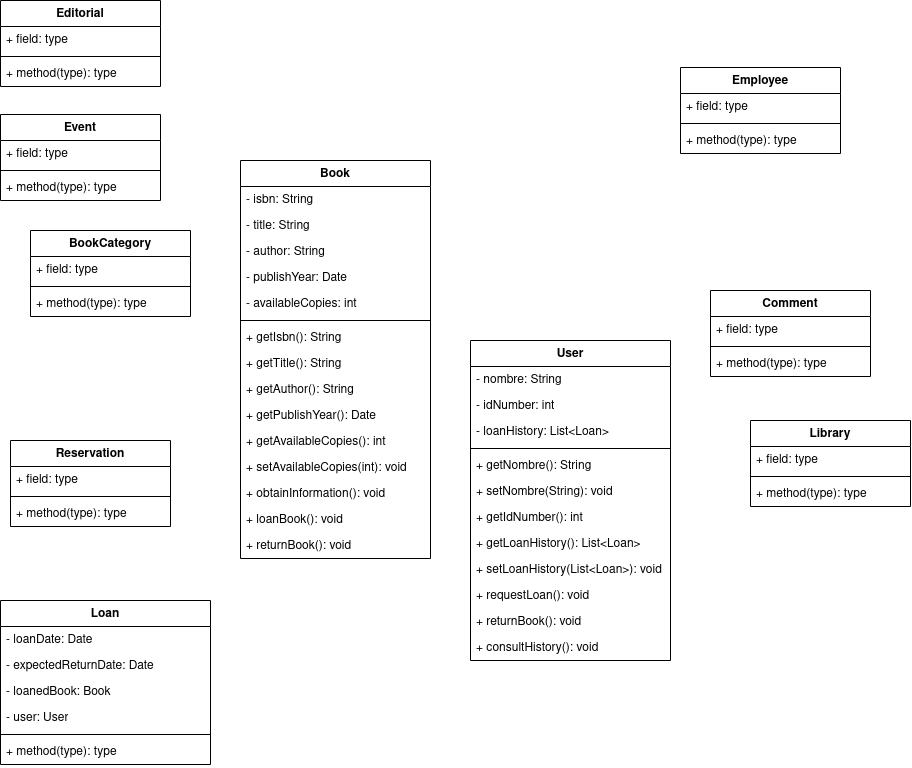
Above: proyecto/classdiagram/classdiagramlibrary.png in mackstm/ets (draw.io), before the change. Source tidied: cells renumbered, new cells last; positions are measured from the earlier drawing's top-left corner, leaving out a move shared by most shapes.
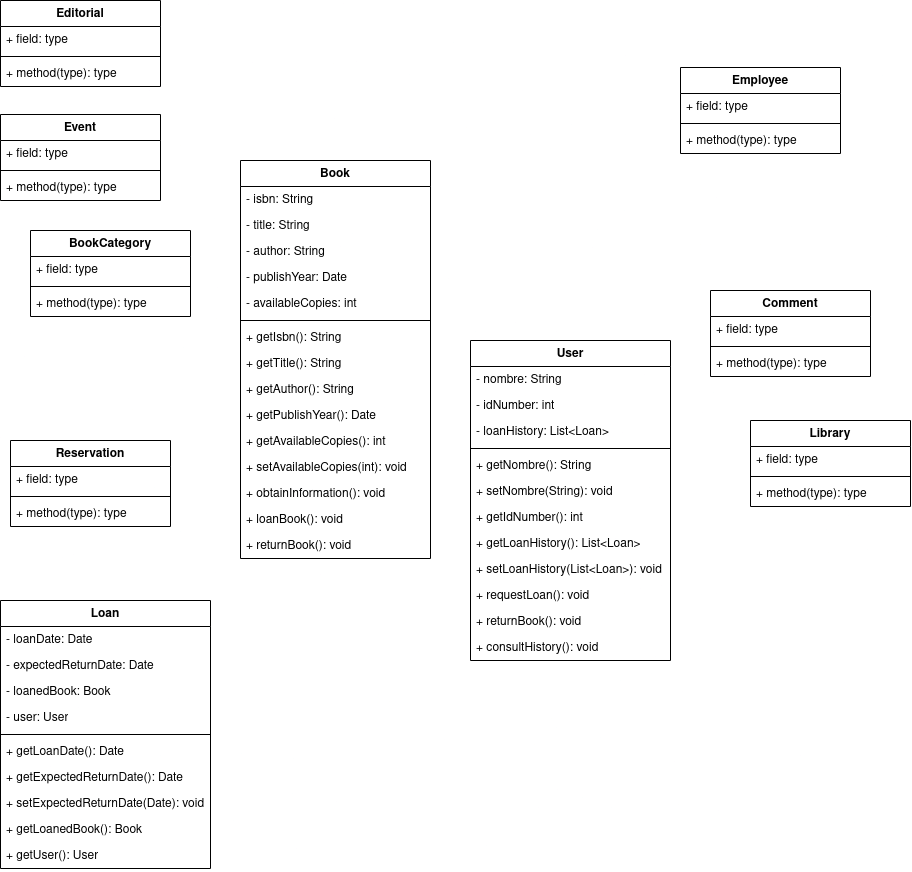
After the change.

What changed in the source:
```diff
@@ -150,7 +150,7 @@
       <mxGeometry y="60" width="160" height="26" as="geometry" />
     </mxCell>
     <mxCell id="51" value="Loan" style="swimlane;fontStyle=1;align=center;verticalAlign=top;horizontal=1;startSize=26;whiteSpace=wrap;html=1;" parent="1" vertex="1">
-      <mxGeometry y="600" width="210" height="164" as="geometry" />
+      <mxGeometry y="600" width="210" height="268" as="geometry" />
     </mxCell>
     <mxCell id="52" value="- loanDate: Date" style="text;strokeColor=none;fillColor=none;align=left;verticalAlign=top;spacingLeft=4;spacingRight=4;overflow=hidden;whiteSpace=wrap;html=1;" parent="51" vertex="1">
       <mxGeometry y="26" width="210" height="26" as="geometry" />
@@ -167,9 +167,21 @@
     <mxCell id="56" style="line;strokeWidth=1;fillColor=none;align=left;verticalAlign=middle;spacingTop=-1;spacingLeft=3;spacingRight=3;labelPosition=right;strokeColor=inherit;" parent="51" vertex="1">
       <mxGeometry y="130" width="210" height="8" as="geometry" />
     </mxCell>
-    <mxCell id="57" value="+ method(type): type" style="text;strokeColor=none;fillColor=none;align=left;verticalAlign=top;spacingLeft=4;spacingRight=4;overflow=hidden;whiteSpace=wrap;html=1;" parent="51" vertex="1">
+    <mxCell id="57" value="+ getLoanDate(): Date" style="text;strokeColor=none;fillColor=none;align=left;verticalAlign=top;spacingLeft=4;spacingRight=4;overflow=hidden;whiteSpace=wrap;html=1;" parent="51" vertex="1">
       <mxGeometry y="138" width="210" height="26" as="geometry" />
     </mxCell>
+    <mxCell id="66" value="+ getExpectedReturnDate(): Date" style="text;strokeColor=none;fillColor=none;align=left;verticalAlign=top;spacingLeft=4;spacingRight=4;overflow=hidden;whiteSpace=wrap;html=1;" parent="51" vertex="1">
+      <mxGeometry y="164" width="210" height="26" as="geometry" />
+    </mxCell>
+    <mxCell id="67" value="+ setExpectedReturnDate(Date): void" style="text;strokeColor=none;fillColor=none;align=left;verticalAlign=top;spacingLeft=4;spacingRight=4;overflow=hidden;whiteSpace=wrap;html=1;" parent="51" vertex="1">
+      <mxGeometry y="190" width="210" height="26" as="geometry" />
+    </mxCell>
+    <mxCell id="68" value="+ getLoanedBook(): Book" style="text;strokeColor=none;fillColor=none;align=left;verticalAlign=top;spacingLeft=4;spacingRight=4;overflow=hidden;whiteSpace=wrap;html=1;" parent="51" vertex="1">
+      <mxGeometry y="216" width="210" height="26" as="geometry" />
+    </mxCell>
+    <mxCell id="69" value="+ getUser(): User" style="text;strokeColor=none;fillColor=none;align=left;verticalAlign=top;spacingLeft=4;spacingRight=4;overflow=hidden;whiteSpace=wrap;html=1;" parent="51" vertex="1">
+      <mxGeometry y="242" width="210" height="26" as="geometry" />
+    </mxCell>
     <mxCell id="58" value="Editorial" style="swimlane;fontStyle=1;align=center;verticalAlign=top;horizontal=1;startSize=26;whiteSpace=wrap;html=1;" parent="1" vertex="1">
       <mxGeometry width="160" height="86" as="geometry" />
     </mxCell>
```
